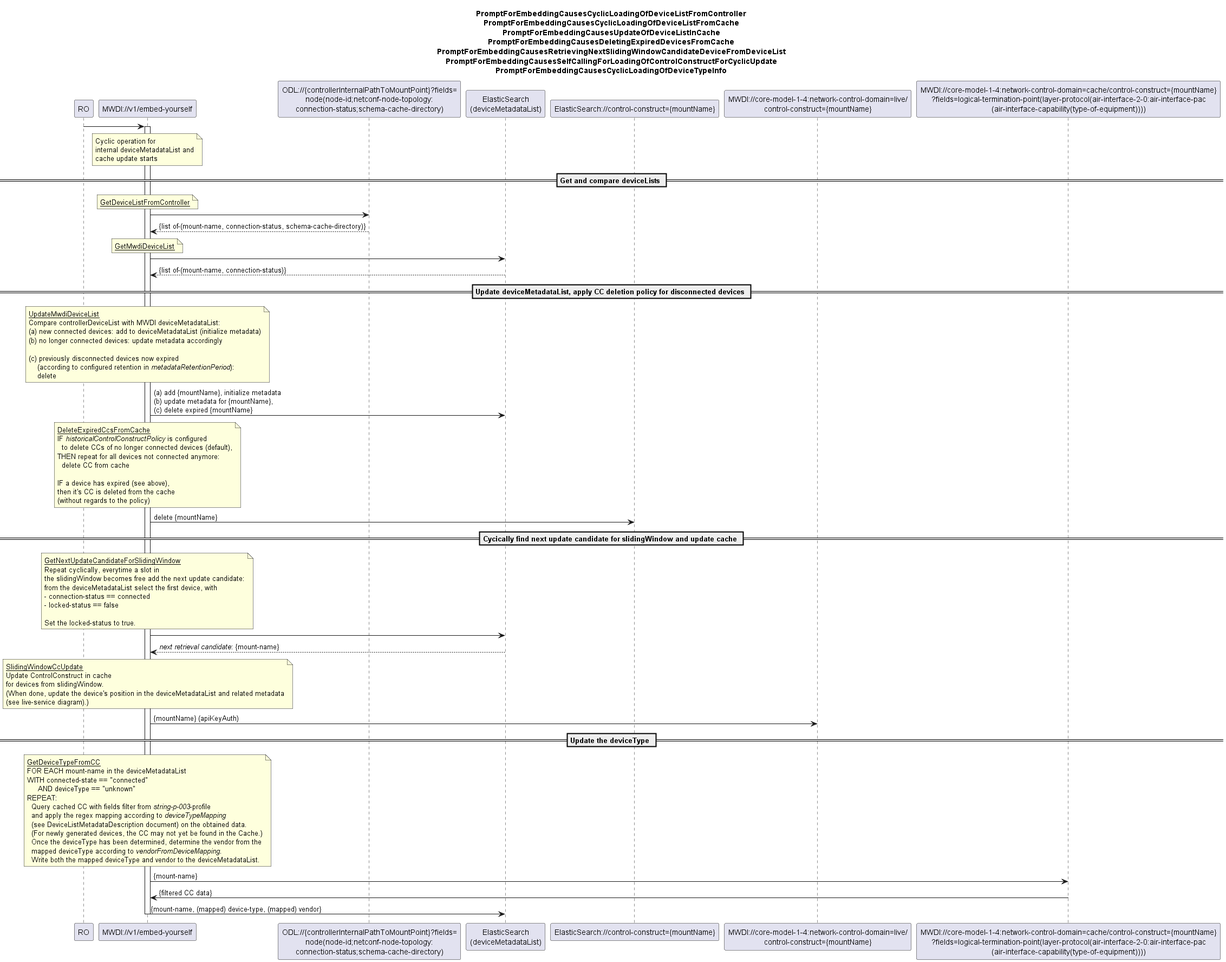
Above: spec/diagrams/00x_CyclicOperationBasedDeviceListSync.png in openBackhaul/MicroWaveDeviceInventory (PlantUML), before the change.
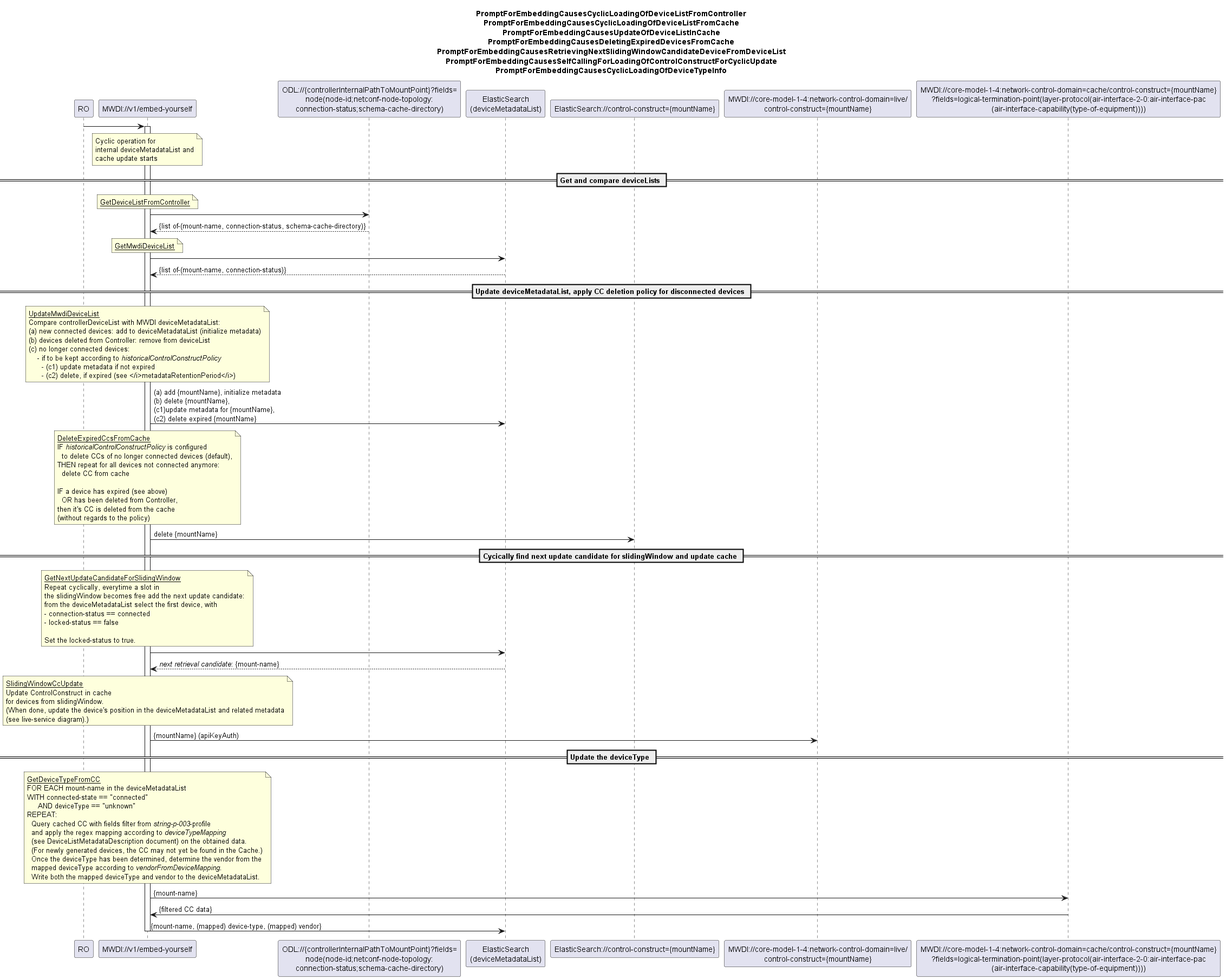
After the commit.

Commit message:
[Refinement-DeviceList] Apply changes added to descriptions to the spec Fixes #1292

Change to the diagram source:
```diff
@@ -48,13 +48,13 @@
   <u>UpdateMwdiDeviceList</u>
   Compare controllerDeviceList with MWDI deviceMetadataList:
   (a) new connected devices: add to deviceMetadataList (initialize metadata)
-  (b) no longer connected devices: update metadata accordingly
-
-  (c) previously disconnected devices now expired
-      (according to configured retention in <i>metadataRetentionPeriod</i>):
-      delete
+  (b) devices deleted from Controller: remove from deviceList
+  (c) no longer connected devices:
+      - if to be kept according to <i>historicalControlConstructPolicy</i>
+        - (c1) update metadata if not expired
+        - (c2) delete, if expired (see </i>metadataRetentionPeriod</i>)
 end note
-mwdi -> deviceList: (a) add {mountName}, initialize metadata \n(b) update metadata for {mountName}, \n(c) delete expired {mountName}
+mwdi -> deviceList: (a) add {mountName}, initialize metadata \n(b) delete {mountName}, \n(c1)update metadata for {mountName}, \n(c2) delete expired {mountName}
 
 note over mwdi
   <u>DeleteExpiredCcsFromCache</u>
@@ -63,7 +63,8 @@
   THEN repeat for all devices not connected anymore:
     delete CC from cache
 
-  IF a device has expired (see above),
+  IF a device has expired (see above)
+    OR has been deleted from Controller,
   then it's CC is deleted from the cache
   (without regards to the policy)
 end note
```
